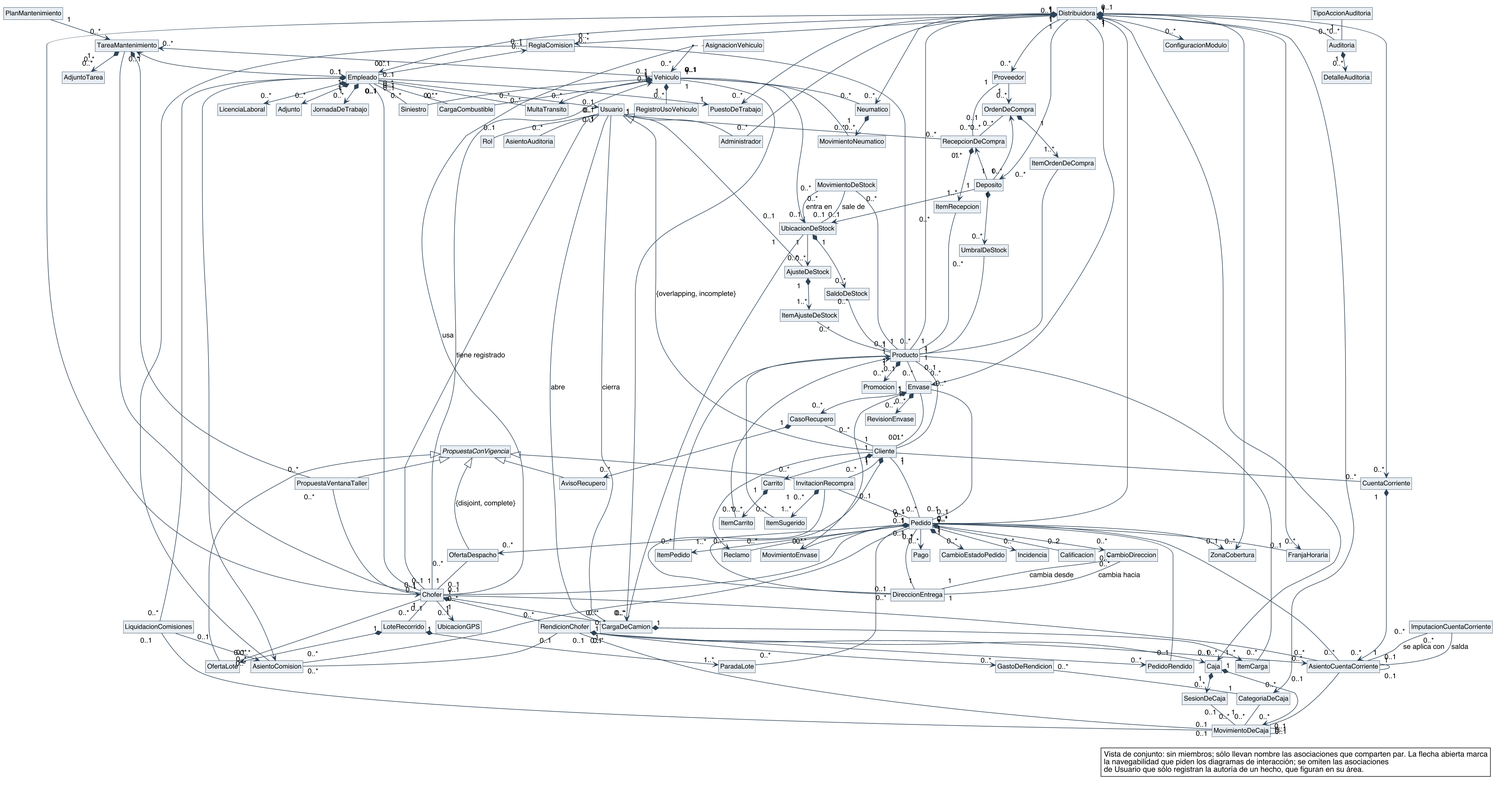
Above: diagramas/clases-diseno/DC_General.png in Nahuelito-Dev/splg-docs (PlantUML), before the change.
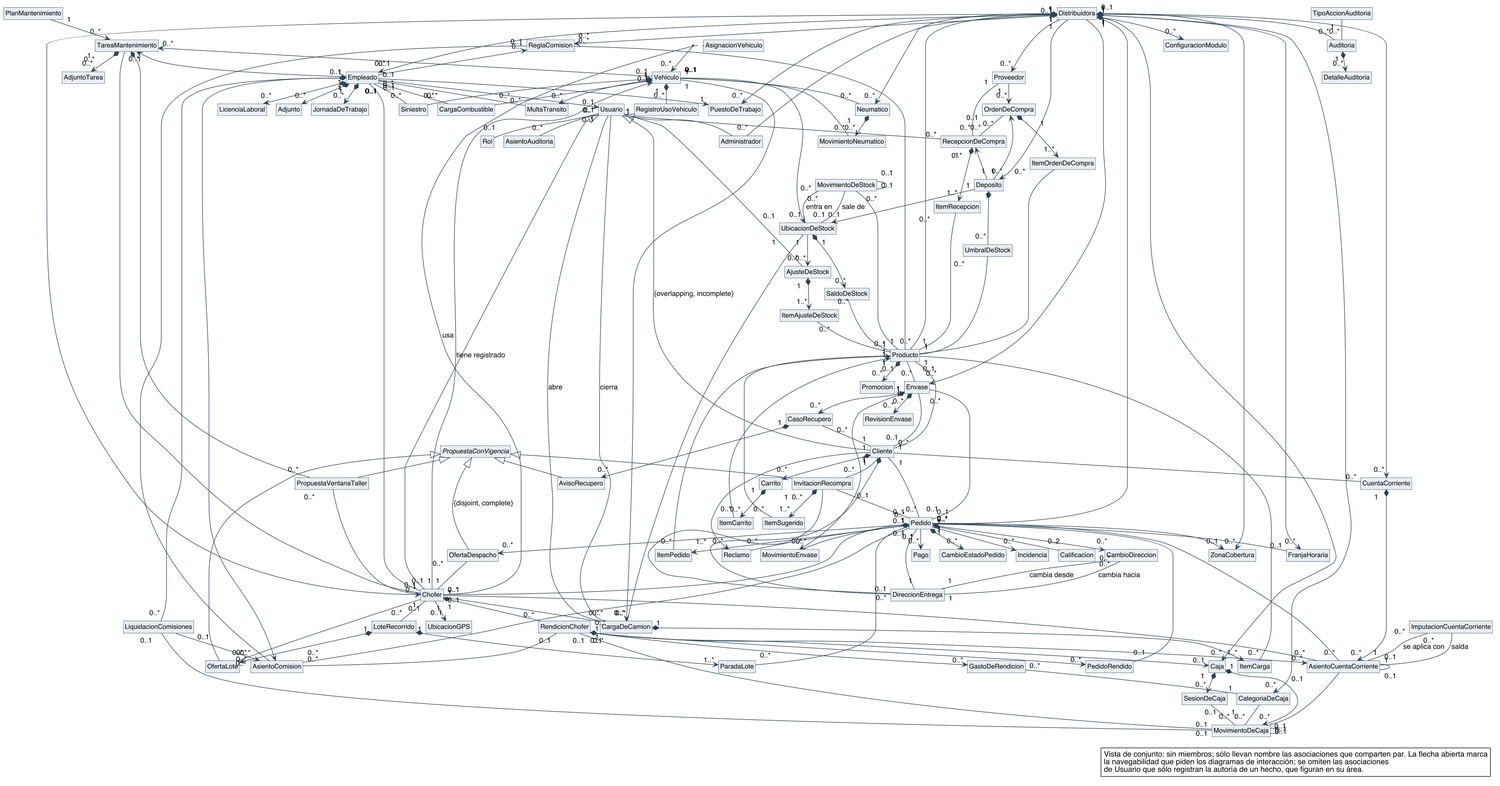
Later version of the same file.

Diff of the diagram source:
```diff
@@ -244,12 +244,13 @@
 MovimientoDeStock "0..*" -- "1" Producto
 MovimientoDeStock "0..*" -- "0..1" UbicacionDeStock : sale de
 MovimientoDeStock "0..*" -- "0..1" UbicacionDeStock : entra en
-Deposito "1" *--> "0..*" UmbralDeStock
+Deposito "1" *-- "0..*" UmbralDeStock
 UmbralDeStock "0..*" -- "1" Producto
 UbicacionDeStock "1" --> "0..*" AjusteDeStock
 AjusteDeStock "1" *--> "1..*" ItemAjusteDeStock
 ItemAjusteDeStock "0..*" -- "1" Producto
 Usuario "1" -- "0..*" AjusteDeStock
+MovimientoDeStock "0..1" -- "0..1" MovimientoDeStock
 Proveedor "1" --> "0..*" OrdenDeCompra
 OrdenDeCompra "0..*" <-- "1" Deposito
 OrdenDeCompra "1" *--> "1..*" ItemOrdenDeCompra
```
